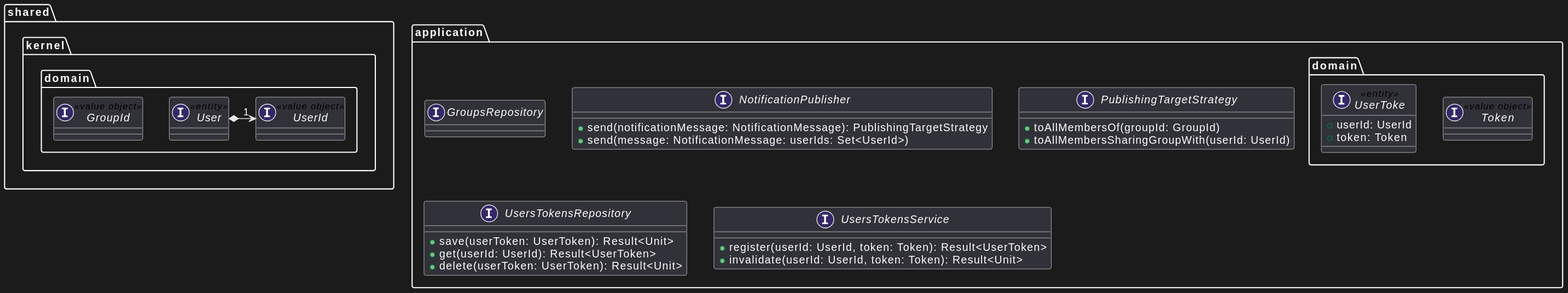
position-pal/position-pal.github.io keeps this PlantUML diagram as res/notification-service-structure-dark.svg. Above is the earlier version.
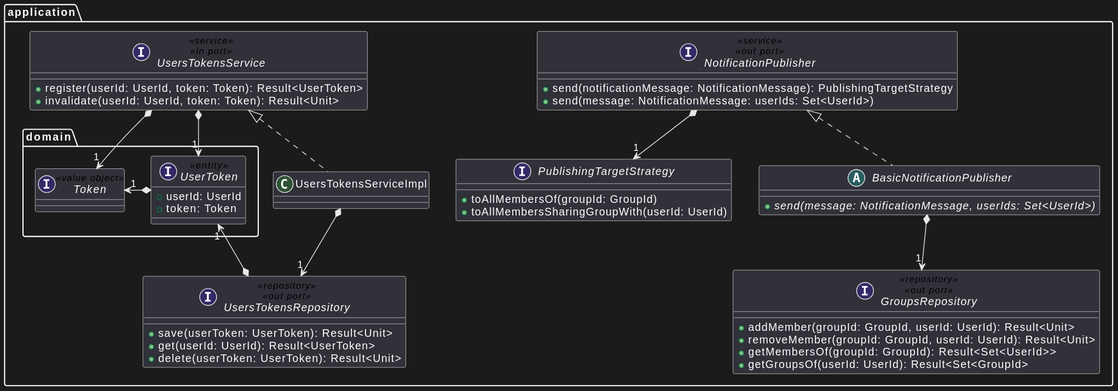
After the commit.

What changed in the source:
```diff
@@ -1,26 +1,25 @@
 @startuml
-package shared.kernel.domain {
-    interface User <<entity>>
-    interface UserId <<value object>>
-    interface GroupId <<value object>>
-    User *-r-> "1" UserId
-}
-
 package application {
 
     package domain {
 
         interface Token <<value object>> {}
 
-        interface UserToke <<entity>> {
+        interface UserToken <<entity>> {
             + userId: UserId
             + token: Token
         }
+        UserToken *-left-> "1" Token
     }
 
-    interface GroupsRepository
+    interface GroupsRepository <<repository>> <<out port>> {
+        + addMember(groupId: GroupId, userId: UserId): Result<Unit>
+        + removeMember(groupId: GroupId, userId: UserId): Result<Unit>
+        + getMembersOf(groupId: GroupId): Result<Set<UserId>>
+        + getGroupsOf(userId: UserId): Result<Set<GroupId>
+    }
 
-    interface NotificationPublisher {
+    interface NotificationPublisher <<service>> <<out port>> {
         + send(notificationMessage: NotificationMessage): PublishingTargetStrategy
         + send(message: NotificationMessage: userIds: Set<UserId>)
     }
@@ -30,16 +29,31 @@
         + toAllMembersSharingGroupWith(userId: UserId)
     }
 
-    interface UsersTokensRepository {
+    NotificationPublisher *--> "1" PublishingTargetStrategy
+
+    abstract class BasicNotificationPublisher implements NotificationPublisher {
+        + {abstract} send(message: NotificationMessage, userIds: Set<UserId>)
+    }
+    BasicNotificationPublisher *--> "1" GroupsRepository
+
+    interface UsersTokensRepository <<repository>> <<out port>> {
         + save(userToken: UserToken): Result<Unit>
         + get(userId: UserId): Result<UserToken>
         + delete(userToken: UserToken): Result<Unit>
     }
 
-    interface UsersTokensService {
+    interface UsersTokensService <<service>> <<in port>> {
         + register(userId: UserId, token: Token): Result<UserToken>
         + invalidate(userId: UserId, token: Token): Result<Unit>
     }
 
+    UsersTokensRepository *-left--> "1" UserToken
+    UsersTokensService *--> "1" UserToken
+    UsersTokensService *--> "1" Token
+
+    class UsersTokensServiceImpl implements UsersTokensService
+    UsersTokensServiceImpl *--> "1" UsersTokensRepository
+
+
 }
 @enduml
```
